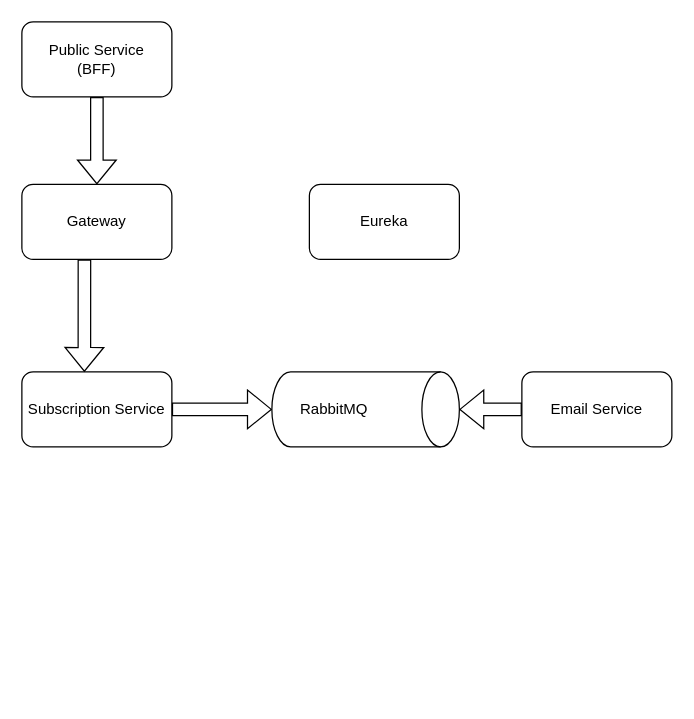
Earlier version of the draw.io diagram Untitled Diagram.drawio (hnfiorini/adidas-coding-challenge). Source tidied: cells renumbered, new cells numbered last; positions are measured from the earlier drawing's top-left corner, leaving out a move shared by most shapes. Both pictures are drawn from the tidied source at 125%, with x=0, y=0 at pixel (21, 21).
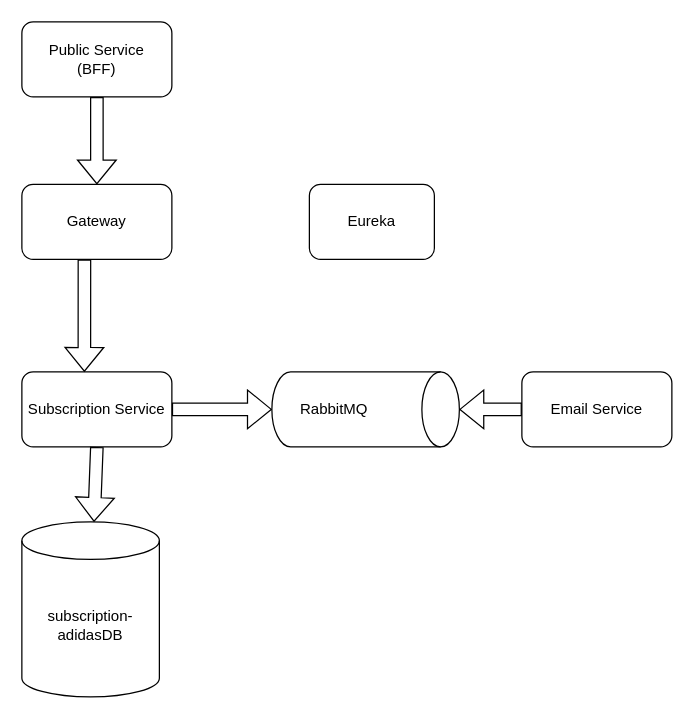
After the change.

Change to the diagram source:
```diff
@@
 <mxGraphModel>
   <root>
     <mxCell id="0" />
     <mxCell id="1" parent="0" />
     <mxCell id="2" value="Public Service&lt;br&gt;(BFF)" style="rounded=1;whiteSpace=wrap;html=1;" parent="1" vertex="1">
       <mxGeometry width="120" height="60" as="geometry" />
     </mxCell>
     <mxCell id="3" value="Gateway" style="rounded=1;whiteSpace=wrap;html=1;" parent="1" vertex="1">
       <mxGeometry y="130" width="120" height="60" as="geometry" />
     </mxCell>
     <mxCell id="4" value="Subscription Service" style="rounded=1;whiteSpace=wrap;html=1;" parent="1" vertex="1">
       <mxGeometry y="280" width="120" height="60" as="geometry" />
     </mxCell>
     <mxCell id="5" style="shape=cylinder3;boundedLbl=1;backgroundOutline=1;size=15;rotation=90;portConstraintRotation=0;html=1;labelBorderColor=none;whiteSpace=wrap;labelPosition=center;verticalLabelPosition=middle;align=center;verticalAlign=middle;" parent="1" vertex="1">
       <mxGeometry x="245" y="235" width="60" height="150" as="geometry" />
     </mxCell>
     <mxCell id="6" value="RabbitMQ" style="text;html=1;strokeColor=none;fillColor=none;align=center;verticalAlign=middle;whiteSpace=wrap;rounded=0;labelBorderColor=none;" parent="1" vertex="1">
       <mxGeometry x="220" y="295" width="60" height="30" as="geometry" />
     </mxCell>
     <mxCell id="7" value="Email Service&lt;br&gt;" style="rounded=1;whiteSpace=wrap;html=1;labelBorderColor=none;" parent="1" vertex="1">
       <mxGeometry x="400" y="280" width="120" height="60" as="geometry" />
     </mxCell>
     <mxCell id="8" style="shape=flexArrow;endArrow=classic;html=1;rounded=0;exitX=0;exitY=0.5;exitDx=0;exitDy=0;" parent="1" edge="1" source="7" target="5">
       <mxGeometry relative="1" as="geometry" />
     </mxCell>
     <mxCell id="9" style="shape=flexArrow;endArrow=classic;html=1;rounded=0;exitX=1;exitY=0.5;exitDx=0;exitDy=0;entryX=0.5;entryY=1;entryDx=0;entryDy=0;entryPerimeter=0;" parent="1" edge="1" source="4" target="5">
       <mxGeometry relative="1" as="geometry" />
     </mxCell>
     <mxCell id="10" style="shape=flexArrow;endArrow=classic;html=1;rounded=0;exitX=0.5;exitY=1;exitDx=0;exitDy=0;entryX=0.5;entryY=0;entryDx=0;entryDy=0;" parent="1" edge="1" source="2" target="3">
       <mxGeometry relative="1" as="geometry" />
     </mxCell>
     <mxCell id="11" style="shape=flexArrow;endArrow=classic;html=1;rounded=0;exitX=0.417;exitY=1;exitDx=0;exitDy=0;exitPerimeter=0;" parent="1" edge="1" source="3">
       <mxGeometry relative="1" as="geometry">
         <mxPoint x="50" y="280" as="targetPoint" />
       </mxGeometry>
     </mxCell>
     <mxCell id="12" value="Eureka" style="rounded=1;whiteSpace=wrap;html=1;labelBorderColor=none;" parent="1" vertex="1">
-      <mxGeometry x="230" y="130" width="120" height="60" as="geometry" />
+      <mxGeometry x="230" y="130" width="100" height="60" as="geometry" />
     </mxCell>
+    <mxCell id="13" value="subscription-adidasDB" style="shape=cylinder3;whiteSpace=wrap;html=1;boundedLbl=1;backgroundOutline=1;size=15;labelBorderColor=none;" parent="1" vertex="1">
+      <mxGeometry y="400" width="110" height="140" as="geometry" />
+    </mxCell>
+    <mxCell id="14" style="shape=flexArrow;endArrow=classic;html=1;rounded=0;exitX=0.5;exitY=1;exitDx=0;exitDy=0;" parent="1" edge="1" source="4" target="13">
+      <mxGeometry relative="1" as="geometry" />
+    </mxCell>
   </root>
 </mxGraphModel>
```
